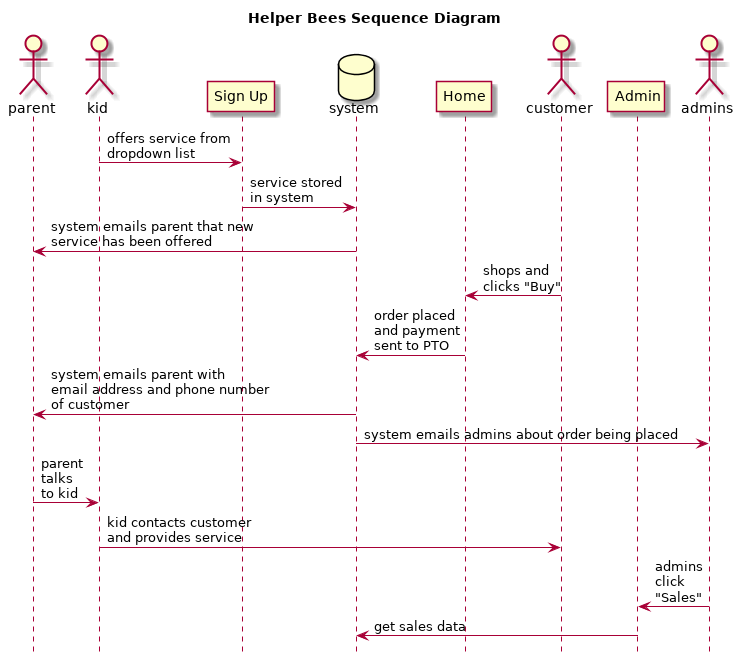
CoolidgeCornerSchool/helperbees keeps this PlantUML diagram as docs/sequence.png. Above is the earlier version.
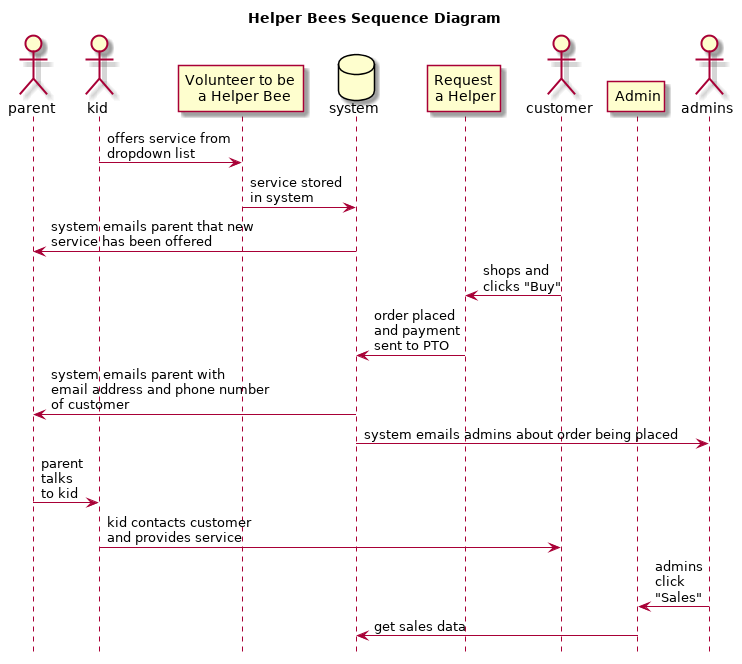
After the change.

Commit message:
change "Sign Up", to more clear language

Change to the diagram source:
```diff
@@ -5,18 +5,18 @@
 
 actor parent
 actor kid
-participant "Sign Up"
+participant "Volunteer to be \n a Helper Bee"
 database system
-participant "Home"
-kid -> "Sign Up" : offers service from\ndropdown list
-"Sign Up" -> system : service stored\nin system
+participant "Request\na Helper"
+kid -> "Volunteer to be \n a Helper Bee" : offers service from\ndropdown list
+"Volunteer to be \n a Helper Bee" -> system : service stored\nin system
 system -> parent : system emails parent that new\nservice has been offered
 
 actor customer
 participant "Admin"
 actor admins
-customer -> "Home" : shops and\nclicks "Buy"
-"Home" -> system : order placed\nand payment\nsent to PTO
+customer -> "Request\na Helper" : shops and\nclicks "Buy"
+"Request\na Helper" -> system : order placed\nand payment\nsent to PTO
 system -> parent : system emails parent with\nemail address and phone number\nof customer
 system -> admins : system emails admins about order being placed
 parent -> kid : parent\ntalks\nto kid
```
